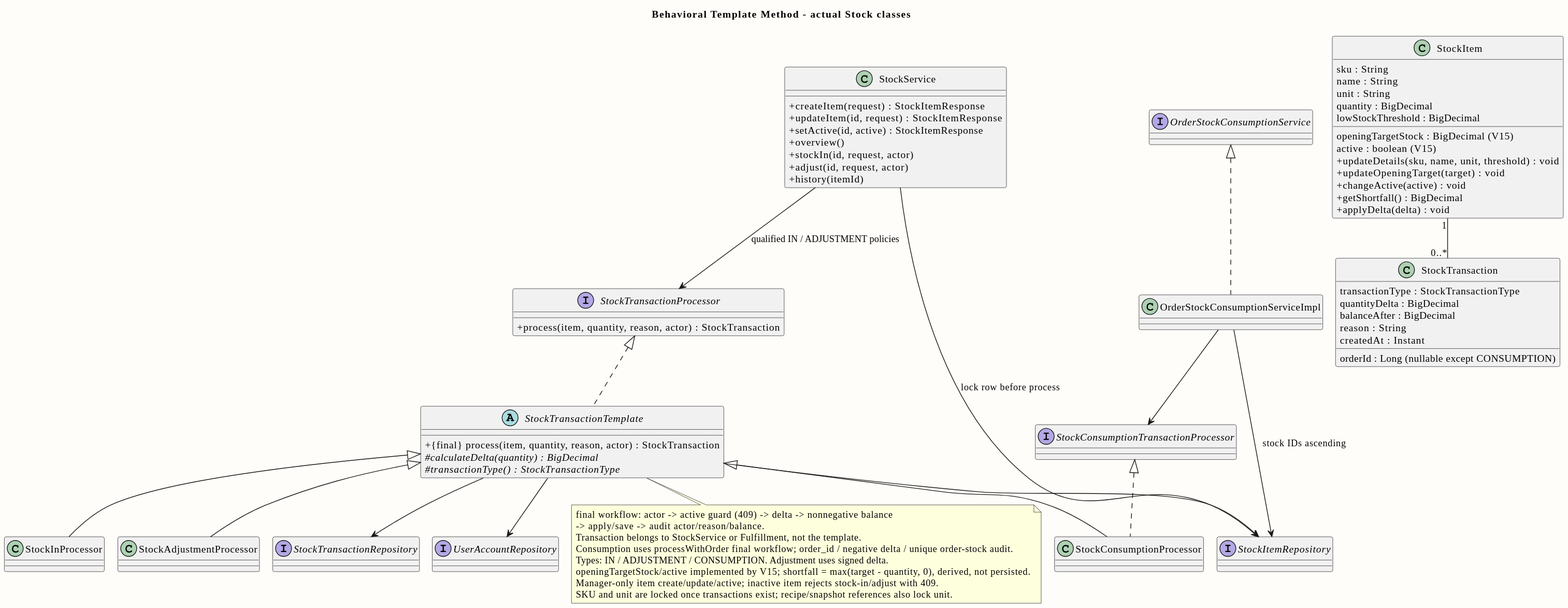
Above: doc/diagrams/previews/class-stock-template.svg in PavaritPramual/buffet-restaurant-management-system (PlantUML), before the change.
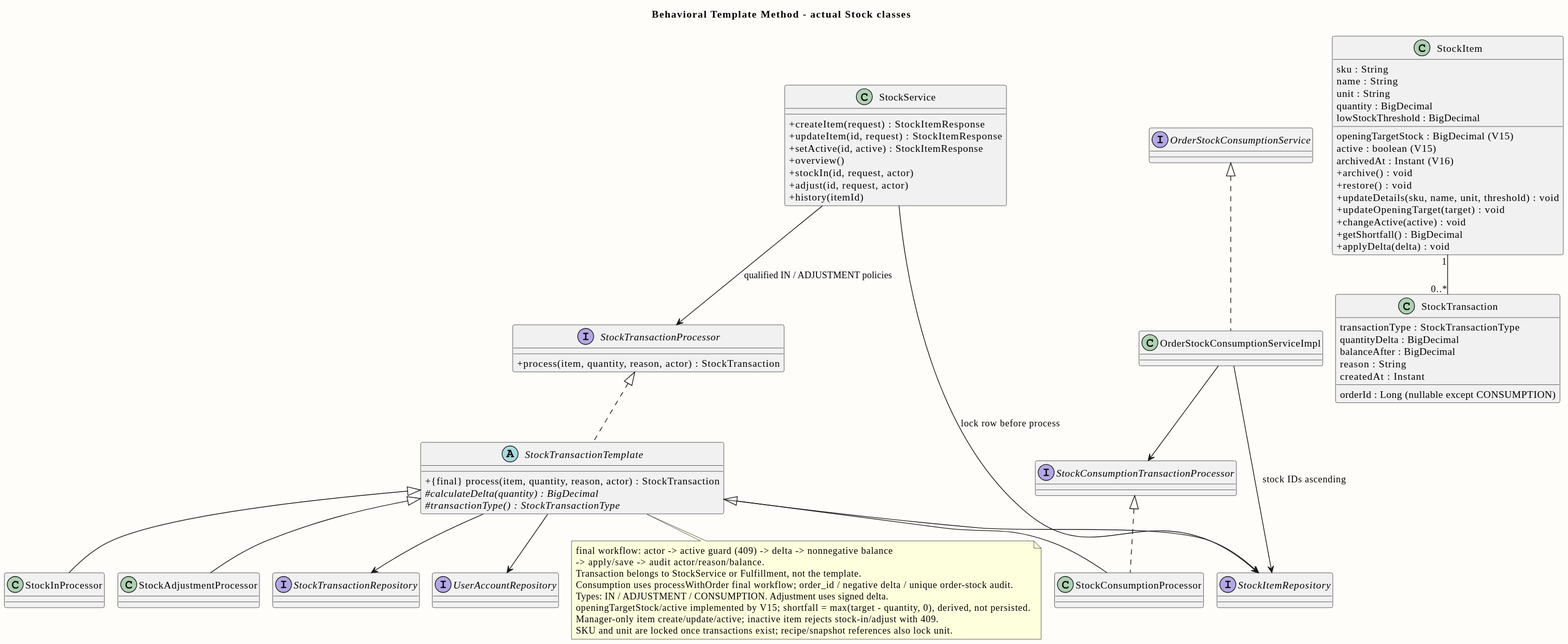
The same diagram one commit later.

What changed in the source:
```diff
@@ -32,6 +32,9 @@
  lowStockThreshold : BigDecimal
  openingTargetStock : BigDecimal (V15)
  active : boolean (V15)
+ archivedAt : Instant (V16)
+ +archive() : void
+ +restore() : void
  +updateDetails(sku, name, unit, threshold) : void
  +updateOpeningTarget(target) : void
  +changeActive(active) : void
```
